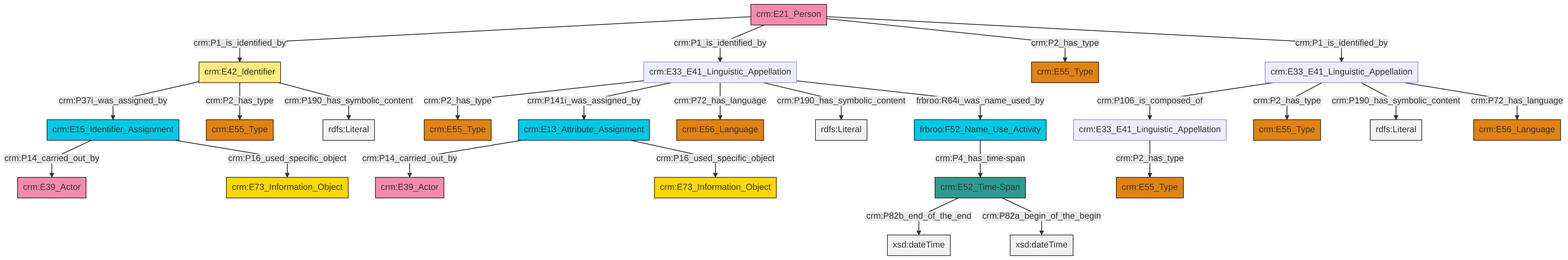
swiss-art-research-net/docs.swissartresearch keeps this Mermaid diagram as et/personCSV/ttl/mmd/png/Person_Names_and_Classification.png. Above is the earlier version. Its source is kept beside it as et/personCSV/ttl/mmd/Person_Names_and_Classification.ttl.mmd.
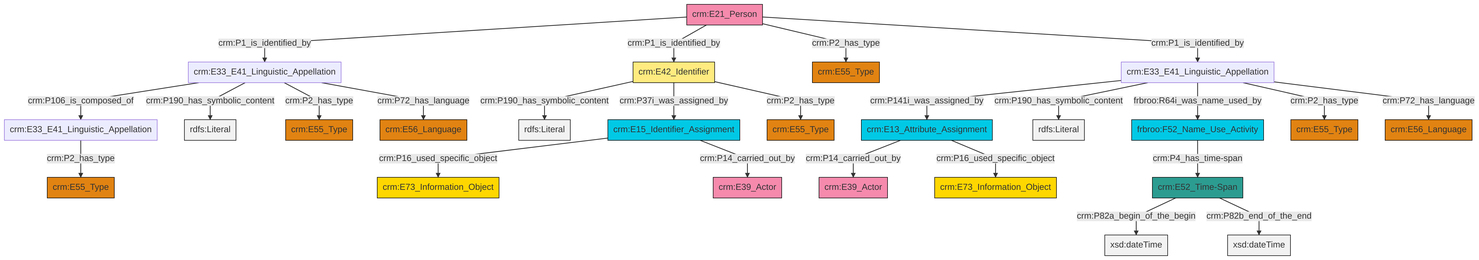
Above is the later version.

Diff of the diagram source:
```diff
@@ -13,27 +13,27 @@
 classDef PC_Classes fill:#4ce600, stroke:#000000;
 classDef Multi fill:#cccccc,stroke:#000000;
 
-0["crm:E33_E41_Linguistic_Appellation"]:::Default -->|crm:P2_has_type| 1["crm:E55_Type"]:::Type
-2["crm:E52_Time-Span"]:::Time-Span -->|crm:P82b_end_of_the_end| 3[xsd:dateTime]:::Literal
-2["crm:E52_Time-Span"]:::Time-Span -->|crm:P82a_begin_of_the_begin| 4[xsd:dateTime]:::Literal
-5["crm:E42_Identifier"]:::Appellation -->|crm:P37i_was_assigned_by| 6["crm:E15_Identifier_Assignment"]:::Temporal_Entity
-10["crm:E33_E41_Linguistic_Appellation"]:::Default -->|crm:P106_is_composed_of| 11["crm:E33_E41_Linguistic_Appellation"]:::Default
-0["crm:E33_E41_Linguistic_Appellation"]:::Default -->|crm:P141i_was_assigned_by| 15["crm:E13_Attribute_Assignment"]:::Temporal_Entity
-8["frbroo:F52_Name_Use_Activity"]:::Temporal_Entity -->|crm:P4_has_time-span| 2["crm:E52_Time-Span"]:::Time-Span
-15["crm:E13_Attribute_Assignment"]:::Temporal_Entity -->|crm:P14_carried_out_by| 21["crm:E39_Actor"]:::Actor
-5["crm:E42_Identifier"]:::Appellation -->|crm:P2_has_type| 24["crm:E55_Type"]:::Type
-25["crm:E21_Person"]:::Actor -->|crm:P1_is_identified_by| 5["crm:E42_Identifier"]:::Appellation
-0["crm:E33_E41_Linguistic_Appellation"]:::Default -->|crm:P72_has_language| 28["crm:E56_Language"]:::Type
-25["crm:E21_Person"]:::Actor -->|crm:P1_is_identified_by| 0["crm:E33_E41_Linguistic_Appellation"]:::Default
-15["crm:E13_Attribute_Assignment"]:::Temporal_Entity -->|crm:P16_used_specific_object| 19["crm:E73_Information_Object"]:::Conceptual_Object
-25["crm:E21_Person"]:::Actor -->|crm:P2_has_type| 22["crm:E55_Type"]:::Type
-10["crm:E33_E41_Linguistic_Appellation"]:::Default -->|crm:P2_has_type| 29["crm:E55_Type"]:::Type
-11["crm:E33_E41_Linguistic_Appellation"]:::Default -->|crm:P2_has_type| 34["crm:E55_Type"]:::Type
-0["crm:E33_E41_Linguistic_Appellation"]:::Default -->|crm:P190_has_symbolic_content| 37[rdfs:Literal]:::Literal
-0["crm:E33_E41_Linguistic_Appellation"]:::Default -->|frbroo:R64i_was_name_used_by| 8["frbroo:F52_Name_Use_Activity"]:::Temporal_Entity
-10["crm:E33_E41_Linguistic_Appellation"]:::Default -->|crm:P190_has_symbolic_content| 43[rdfs:Literal]:::Literal
-6["crm:E15_Identifier_Assignment"]:::Temporal_Entity -->|crm:P14_carried_out_by| 32["crm:E39_Actor"]:::Actor
-6["crm:E15_Identifier_Assignment"]:::Temporal_Entity -->|crm:P16_used_specific_object| 13["crm:E73_Information_Object"]:::Conceptual_Object
-5["crm:E42_Identifier"]:::Appellation -->|crm:P190_has_symbolic_content| 44[rdfs:Literal]:::Literal
-25["crm:E21_Person"]:::Actor -->|crm:P1_is_identified_by| 10["crm:E33_E41_Linguistic_Appellation"]:::Default
-10["crm:E33_E41_Linguistic_Appellation"]:::Default -->|crm:P72_has_language| 40["crm:E56_Language"]:::Type
+2["crm:E33_E41_Linguistic_Appellation"]:::Default -->|crm:P141i_was_assigned_by| 3["crm:E13_Attribute_Assignment"]:::Temporal_Entity
+4["crm:E33_E41_Linguistic_Appellation"]:::Default -->|crm:P106_is_composed_of| 5["crm:E33_E41_Linguistic_Appellation"]:::Default
+0["crm:E15_Identifier_Assignment"]:::Temporal_Entity -->|crm:P16_used_specific_object| 8["crm:E73_Information_Object"]:::Conceptual_Object
+0["crm:E15_Identifier_Assignment"]:::Temporal_Entity -->|crm:P14_carried_out_by| 9["crm:E39_Actor"]:::Actor
+2["crm:E33_E41_Linguistic_Appellation"]:::Default -->|crm:P190_has_symbolic_content| 10[rdfs:Literal]:::Literal
+6["crm:E21_Person"]:::Actor -->|crm:P1_is_identified_by| 4["crm:E33_E41_Linguistic_Appellation"]:::Default
+2["crm:E33_E41_Linguistic_Appellation"]:::Default -->|frbroo:R64i_was_name_used_by| 14["frbroo:F52_Name_Use_Activity"]:::Temporal_Entity
+15["crm:E42_Identifier"]:::Appellation -->|crm:P190_has_symbolic_content| 16[rdfs:Literal]:::Literal
+15["crm:E42_Identifier"]:::Appellation -->|crm:P37i_was_assigned_by| 0["crm:E15_Identifier_Assignment"]:::Temporal_Entity
+21["crm:E52_Time-Span"]:::Time-Span -->|crm:P82a_begin_of_the_begin| 22[xsd:dateTime]:::Literal
+6["crm:E21_Person"]:::Actor -->|crm:P1_is_identified_by| 15["crm:E42_Identifier"]:::Appellation
+2["crm:E33_E41_Linguistic_Appellation"]:::Default -->|crm:P2_has_type| 27["crm:E55_Type"]:::Type
+21["crm:E52_Time-Span"]:::Time-Span -->|crm:P82b_end_of_the_end| 30[xsd:dateTime]:::Literal
+3["crm:E13_Attribute_Assignment"]:::Temporal_Entity -->|crm:P14_carried_out_by| 25["crm:E39_Actor"]:::Actor
+6["crm:E21_Person"]:::Actor -->|crm:P2_has_type| 11["crm:E55_Type"]:::Type
+6["crm:E21_Person"]:::Actor -->|crm:P1_is_identified_by| 2["crm:E33_E41_Linguistic_Appellation"]:::Default
+4["crm:E33_E41_Linguistic_Appellation"]:::Default -->|crm:P190_has_symbolic_content| 39[rdfs:Literal]:::Literal
+2["crm:E33_E41_Linguistic_Appellation"]:::Default -->|crm:P72_has_language| 32["crm:E56_Language"]:::Type
+15["crm:E42_Identifier"]:::Appellation -->|crm:P2_has_type| 23["crm:E55_Type"]:::Type
+14["frbroo:F52_Name_Use_Activity"]:::Temporal_Entity -->|crm:P4_has_time-span| 21["crm:E52_Time-Span"]:::Time-Span
+5["crm:E33_E41_Linguistic_Appellation"]:::Default -->|crm:P2_has_type| 19["crm:E55_Type"]:::Type
+3["crm:E13_Attribute_Assignment"]:::Temporal_Entity -->|crm:P16_used_specific_object| 41["crm:E73_Information_Object"]:::Conceptual_Object
+4["crm:E33_E41_Linguistic_Appellation"]:::Default -->|crm:P2_has_type| 35["crm:E55_Type"]:::Type
+4["crm:E33_E41_Linguistic_Appellation"]:::Default -->|crm:P72_has_language| 17["crm:E56_Language"]:::Type
```
